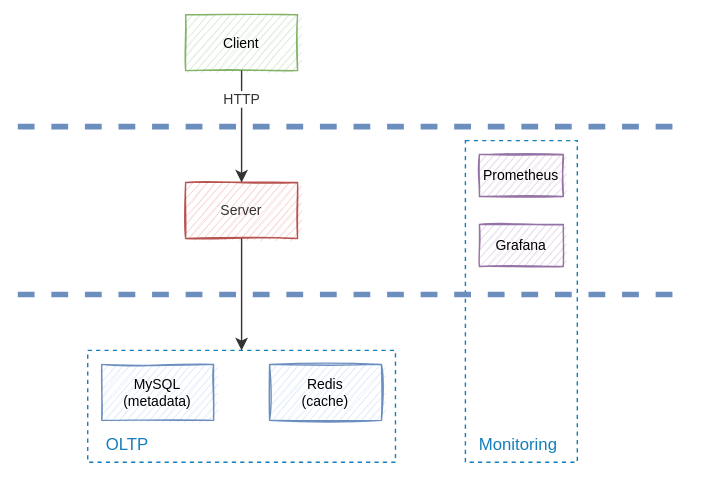
JianLiu666/TinyURL keeps this draw.io diagram as doc/image/architecture_v0.2.0.svg. Above is the earlier version. Source tidied: cells renumbered, new cells last; positions are measured from the earlier drawing's top-left corner, leaving out a move shared by most shapes. The source it was exported from:
```xml
<mxGraphModel>
  <root>
    <mxCell id="0" />
    <mxCell id="1" parent="0" />
    <mxCell id="2" value="Monitoring" style="fillColor=none;strokeColor=#147EBA;dashed=1;verticalAlign=bottom;fontStyle=0;fontColor=#147EBA;align=left;spacing=0;spacingLeft=10;spacingBottom=5;" parent="1" vertex="1">
      <mxGeometry x="320" y="90" width="80" height="230" as="geometry" />
    </mxCell>
    <mxCell id="3" value="Server" style="fillColor=#f8cecc;strokeColor=#b85450;verticalAlign=middle;fontStyle=0;fontSize=10;glass=0;sketch=1;fontColor=#333333;" parent="1" vertex="1">
      <mxGeometry x="120" y="120" width="80" height="40" as="geometry" />
    </mxCell>
    <mxCell id="4" style="edgeStyle=orthogonalEdgeStyle;html=1;endArrow=none;elbow=vertical;startArrow=none;startFill=0;endFill=0;strokeColor=#6c8ebf;rounded=0;fontSize=10;fontColor=#333333;fillColor=#dae8fc;dashed=1;strokeWidth=4;" parent="1" edge="1">
      <mxGeometry relative="1" as="geometry">
        <mxPoint y="80" as="sourcePoint" />
        <mxPoint x="480" y="80" as="targetPoint" />
      </mxGeometry>
    </mxCell>
    <mxCell id="5" value="Client" style="fillColor=#d5e8d4;strokeColor=#82b366;verticalAlign=middle;fontStyle=0;fontSize=10;glass=0;sketch=1;" parent="1" vertex="1">
      <mxGeometry x="120" width="80" height="40" as="geometry" />
    </mxCell>
    <mxCell id="6" value="HTTP" style="edgeStyle=orthogonalEdgeStyle;rounded=0;jettySize=auto;html=1;strokeColor=#333333;fontSize=10;fontColor=#333333;startArrow=classic;startFill=1;endArrow=none;endFill=0;exitX=0.5;exitY=0;exitDx=0;exitDy=0;entryX=0.5;entryY=1;entryDx=0;entryDy=0;" parent="1" edge="1" source="3" target="5">
      <mxGeometry x="0.5" relative="1" as="geometry" />
    </mxCell>
    <mxCell id="7" value="MySQL&#10;(metadata)" style="fillColor=#dae8fc;strokeColor=#6c8ebf;verticalAlign=middle;fontStyle=0;fontSize=10;glass=0;sketch=1;" parent="1" vertex="1">
      <mxGeometry x="60" y="250" width="80" height="40" as="geometry" />
    </mxCell>
    <mxCell id="8" style="edgeStyle=orthogonalEdgeStyle;html=1;endArrow=none;elbow=vertical;startArrow=none;startFill=0;endFill=0;strokeColor=#6c8ebf;rounded=0;fontSize=10;fontColor=#333333;fillColor=#dae8fc;dashed=1;strokeWidth=4;" parent="1" edge="1">
      <mxGeometry relative="1" as="geometry">
        <mxPoint y="200" as="sourcePoint" />
        <mxPoint x="480" y="200" as="targetPoint" />
      </mxGeometry>
    </mxCell>
    <mxCell id="9" value="Redis&#10;(cache)" style="fillColor=#dae8fc;strokeColor=#6c8ebf;verticalAlign=middle;fontStyle=0;fontSize=10;glass=0;sketch=1;" parent="1" vertex="1">
      <mxGeometry x="180" y="250" width="80" height="40" as="geometry" />
    </mxCell>
    <mxCell id="10" value=" OLTP" style="fillColor=none;strokeColor=#147EBA;dashed=1;verticalAlign=bottom;fontStyle=0;fontColor=#147EBA;align=left;spacing=0;spacingLeft=10;spacingBottom=5;" parent="1" vertex="1">
      <mxGeometry x="50" y="240" width="220" height="80" as="geometry" />
    </mxCell>
    <mxCell id="11" style="edgeStyle=orthogonalEdgeStyle;rounded=0;jettySize=auto;html=1;strokeColor=#333333;fontSize=10;fontColor=#333333;startArrow=classic;startFill=1;endArrow=none;endFill=0;exitX=0.5;exitY=0;exitDx=0;exitDy=0;entryX=0.5;entryY=1;entryDx=0;entryDy=0;" parent="1" edge="1" source="10" target="3">
      <mxGeometry relative="1" as="geometry" />
    </mxCell>
    <mxCell id="12" value="Prometheus" style="fillColor=#e1d5e7;strokeColor=#9673a6;verticalAlign=middle;fontStyle=0;fontSize=10;glass=0;sketch=1;" parent="1" vertex="1">
      <mxGeometry x="330" y="100" width="60" height="30" as="geometry" />
    </mxCell>
    <mxCell id="13" value="Grafana" style="fillColor=#e1d5e7;strokeColor=#9673a6;verticalAlign=middle;fontStyle=0;fontSize=10;glass=0;sketch=1;" parent="1" vertex="1">
      <mxGeometry x="330" y="150" width="60" height="30" as="geometry" />
    </mxCell>
  </root>
</mxGraphModel>
```
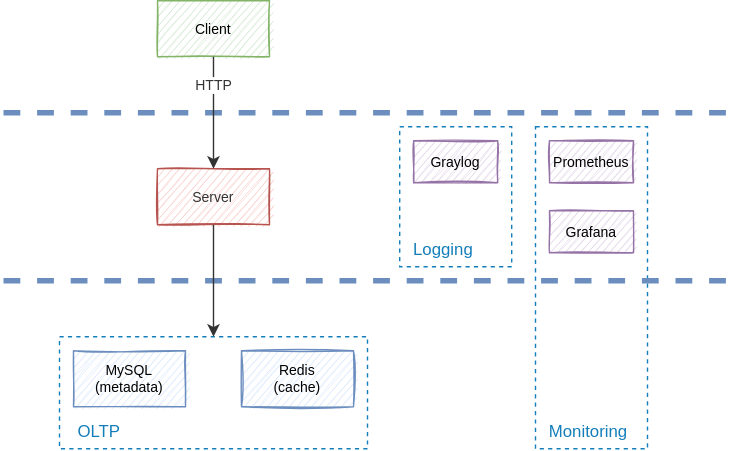
After the commit.

What changed in the source:
```diff
@@ -3,15 +3,15 @@
     <mxCell id="0" />
     <mxCell id="1" parent="0" />
     <mxCell id="2" value="Monitoring" style="fillColor=none;strokeColor=#147EBA;dashed=1;verticalAlign=bottom;fontStyle=0;fontColor=#147EBA;align=left;spacing=0;spacingLeft=10;spacingBottom=5;" parent="1" vertex="1">
-      <mxGeometry x="320" y="90" width="80" height="230" as="geometry" />
+      <mxGeometry x="390" y="90" width="80" height="230" as="geometry" />
     </mxCell>
     <mxCell id="3" value="Server" style="fillColor=#f8cecc;strokeColor=#b85450;verticalAlign=middle;fontStyle=0;fontSize=10;glass=0;sketch=1;fontColor=#333333;" parent="1" vertex="1">
       <mxGeometry x="120" y="120" width="80" height="40" as="geometry" />
     </mxCell>
     <mxCell id="4" style="edgeStyle=orthogonalEdgeStyle;html=1;endArrow=none;elbow=vertical;startArrow=none;startFill=0;endFill=0;strokeColor=#6c8ebf;rounded=0;fontSize=10;fontColor=#333333;fillColor=#dae8fc;dashed=1;strokeWidth=4;" parent="1" edge="1">
       <mxGeometry relative="1" as="geometry">
-        <mxPoint y="80" as="sourcePoint" />
-        <mxPoint x="480" y="80" as="targetPoint" />
+        <mxPoint x="10" y="80" as="sourcePoint" />
+        <mxPoint x="530" y="80" as="targetPoint" />
       </mxGeometry>
     </mxCell>
     <mxCell id="5" value="Client" style="fillColor=#d5e8d4;strokeColor=#82b366;verticalAlign=middle;fontStyle=0;fontSize=10;glass=0;sketch=1;" parent="1" vertex="1">
@@ -25,8 +25,8 @@
     </mxCell>
     <mxCell id="8" style="edgeStyle=orthogonalEdgeStyle;html=1;endArrow=none;elbow=vertical;startArrow=none;startFill=0;endFill=0;strokeColor=#6c8ebf;rounded=0;fontSize=10;fontColor=#333333;fillColor=#dae8fc;dashed=1;strokeWidth=4;" parent="1" edge="1">
       <mxGeometry relative="1" as="geometry">
-        <mxPoint y="200" as="sourcePoint" />
-        <mxPoint x="480" y="200" as="targetPoint" />
+        <mxPoint x="10" y="200" as="sourcePoint" />
+        <mxPoint x="530" y="200" as="targetPoint" />
       </mxGeometry>
     </mxCell>
     <mxCell id="9" value="Redis&#10;(cache)" style="fillColor=#dae8fc;strokeColor=#6c8ebf;verticalAlign=middle;fontStyle=0;fontSize=10;glass=0;sketch=1;" parent="1" vertex="1">
@@ -39,10 +39,16 @@
       <mxGeometry relative="1" as="geometry" />
     </mxCell>
     <mxCell id="12" value="Prometheus" style="fillColor=#e1d5e7;strokeColor=#9673a6;verticalAlign=middle;fontStyle=0;fontSize=10;glass=0;sketch=1;" parent="1" vertex="1">
-      <mxGeometry x="330" y="100" width="60" height="30" as="geometry" />
+      <mxGeometry x="400" y="100" width="60" height="30" as="geometry" />
     </mxCell>
     <mxCell id="13" value="Grafana" style="fillColor=#e1d5e7;strokeColor=#9673a6;verticalAlign=middle;fontStyle=0;fontSize=10;glass=0;sketch=1;" parent="1" vertex="1">
-      <mxGeometry x="330" y="150" width="60" height="30" as="geometry" />
+      <mxGeometry x="400" y="150" width="60" height="30" as="geometry" />
     </mxCell>
+    <mxCell id="14" value="Graylog" style="fillColor=#e1d5e7;strokeColor=#9673a6;verticalAlign=middle;fontStyle=0;fontSize=10;glass=0;sketch=1;" parent="1" vertex="1">
+      <mxGeometry x="303" y="100" width="60" height="30" as="geometry" />
+    </mxCell>
+    <mxCell id="15" value="Logging" style="fillColor=none;strokeColor=#147EBA;dashed=1;verticalAlign=bottom;fontStyle=0;fontColor=#147EBA;align=left;spacing=0;spacingLeft=10;spacingBottom=5;" parent="1" vertex="1">
+      <mxGeometry x="293" y="90" width="80" height="100" as="geometry" />
+    </mxCell>
   </root>
 </mxGraphModel>
```
